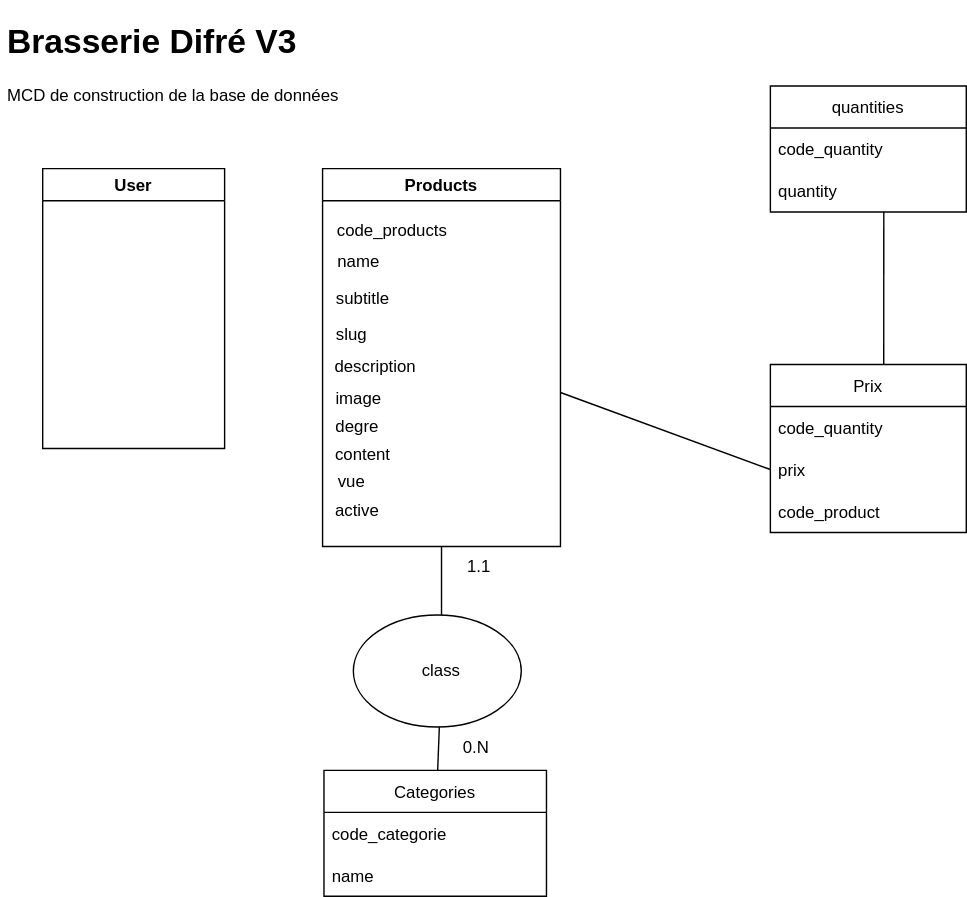
Above: sources/mcd.drawio.svg in maitrecanard/brasseriedifre_v3 (draw.io), before the change. Source tidied: cells renumbered, new cells last; positions are measured from the earlier drawing's top-left corner, leaving out a move shared by most shapes.
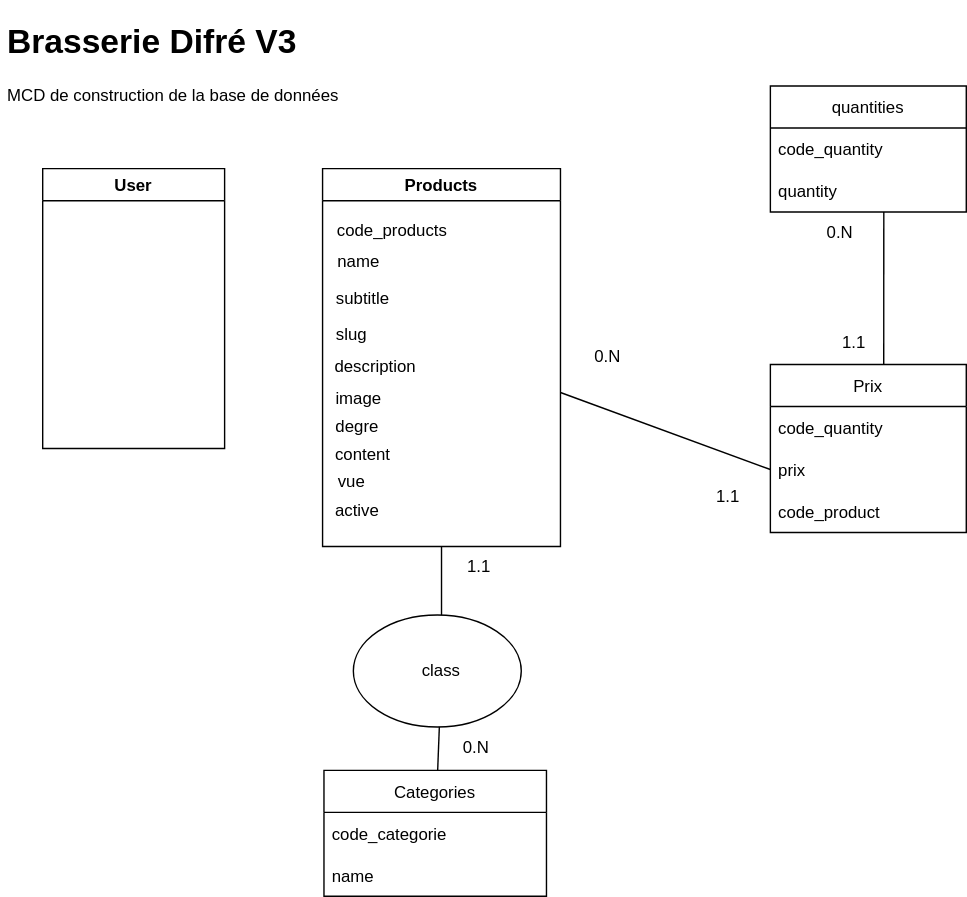
The same diagram one commit later.

Diff of the diagram source:
```diff
@@ -100,5 +100,17 @@
         <mxPoint x="631.1" y="141" as="targetPoint" />
       </mxGeometry>
     </mxCell>
+    <mxCell id="33" value="0.N" style="text;html=1;strokeColor=none;fillColor=none;align=center;verticalAlign=middle;whiteSpace=wrap;rounded=0;" parent="1" vertex="1">
+      <mxGeometry x="404" y="230" width="60" height="30" as="geometry" />
+    </mxCell>
+    <mxCell id="34" value="1.1" style="text;html=1;strokeColor=none;fillColor=none;align=center;verticalAlign=middle;whiteSpace=wrap;rounded=0;" parent="1" vertex="1">
+      <mxGeometry x="490" y="330" width="60" height="30" as="geometry" />
+    </mxCell>
+    <mxCell id="35" value="0.N" style="text;html=1;strokeColor=none;fillColor=none;align=center;verticalAlign=middle;whiteSpace=wrap;rounded=0;" parent="1" vertex="1">
+      <mxGeometry x="570" y="141" width="60" height="30" as="geometry" />
+    </mxCell>
+    <mxCell id="36" value="1.1" style="text;html=1;strokeColor=none;fillColor=none;align=center;verticalAlign=middle;whiteSpace=wrap;rounded=0;" parent="1" vertex="1">
+      <mxGeometry x="580" y="220" width="60" height="30" as="geometry" />
+    </mxCell>
   </root>
 </mxGraphModel>
```
